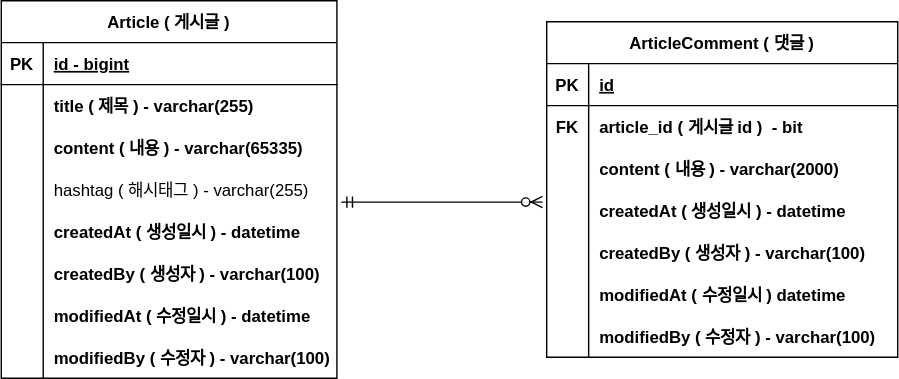
Earlier version of the draw.io export document/project-board-erd.drawio.svg (hyungkiShin/board-practice). Source tidied: cells renumbered, new cells last; positions are measured from the earlier drawing's top-left corner, leaving out a move shared by most shapes.
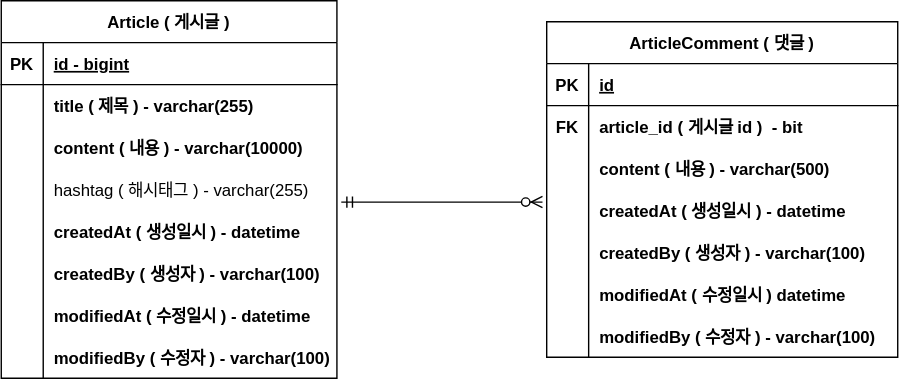
Above is the later version.

The edit, as a diff of the source:
```diff
@@ -29,7 +29,7 @@
     <mxCell id="10" style="shape=partialRectangle;fillColor=none;top=0;left=0;bottom=0;right=0;overflow=hidden;fontStyle=1;" parent="9" vertex="1">
       <mxGeometry width="30" height="30" as="geometry" />
     </mxCell>
-    <mxCell id="11" value="content ( 내용 ) - varchar(65335)" style="shape=partialRectangle;fillColor=none;top=0;left=0;bottom=0;right=0;align=left;spacingLeft=6;overflow=hidden;fontStyle=1;" parent="9" vertex="1">
+    <mxCell id="11" value="content ( 내용 ) - varchar(10000)" style="shape=partialRectangle;fillColor=none;top=0;left=0;bottom=0;right=0;align=left;spacingLeft=6;overflow=hidden;fontStyle=1;" parent="9" vertex="1">
       <mxGeometry x="30" width="210" height="30" as="geometry" />
     </mxCell>
     <mxCell id="12" style="shape=tableRow;horizontal=0;startSize=0;swimlaneHead=0;swimlaneBody=0;fillColor=none;points=[[0,0.5],[1,0.5]];portConstraint=eastwest;top=0;left=0;right=0;bottom=0;fontStyle=1;" parent="2" vertex="1">
@@ -104,7 +104,7 @@
     <mxCell id="35" style="shape=partialRectangle;fillColor=none;top=0;left=0;bottom=0;right=0;overflow=hidden;fontStyle=1;" parent="34" vertex="1">
       <mxGeometry width="30" height="30" as="geometry" />
     </mxCell>
-    <mxCell id="36" value="content ( 내용 ) - varchar(2000)" style="shape=partialRectangle;fillColor=none;top=0;left=0;bottom=0;right=0;align=left;spacingLeft=6;overflow=hidden;fontStyle=1;" parent="34" vertex="1">
+    <mxCell id="36" value="content ( 내용 ) - varchar(500)" style="shape=partialRectangle;fillColor=none;top=0;left=0;bottom=0;right=0;align=left;spacingLeft=6;overflow=hidden;fontStyle=1;" parent="34" vertex="1">
       <mxGeometry x="30" width="221" height="30" as="geometry" />
     </mxCell>
     <mxCell id="37" style="shape=tableRow;horizontal=0;startSize=0;swimlaneHead=0;swimlaneBody=0;fillColor=none;points=[[0,0.5],[1,0.5]];portConstraint=eastwest;top=0;left=0;right=0;bottom=0;fontStyle=1;" parent="27" vertex="1">
```
